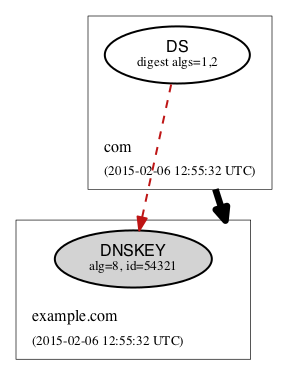
dnsviz/dnsviz keeps this Graphviz diagram as doc/images/ds-invalid.png. Above is the earlier version. Its source is kept beside it as doc/dot/ds-invalid.dot.
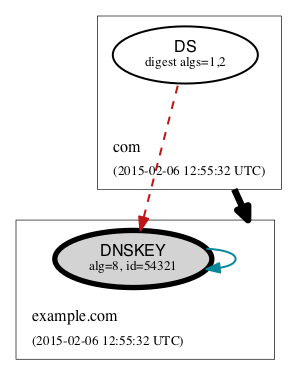
After the change.

Commit message:
Use an invalid DNSKEY in example

What changed in the source:
```diff
@@ -28,11 +28,15 @@
 			fillcolor="lightgray",
 			label=<<FONT POINT-SIZE="12" FACE="Helvetica">DNSKEY</FONT><BR/><FONT POINT-SIZE="10">alg=8, id=54321</FONT>>,
 			shape=ellipse,
-			style=filled];
+			style=filled,
+			penwidth=4.0];
 		"cluster_example.com_top" [shape=point, style=invis];
 		"cluster_example.com_bottom" [shape=point, style=invis];
   }
 	"cluster_com_bottom" -> "DS-1_2|example.com|8|54321|1_2" [style=invis];
+	"DNSKEY-0|example.com|8|54321" -> "DNSKEY-0|example.com|8|54321" [dir=back,
+		color="#0a879a",
+		style="solid"];
 	"DNSKEY-0|example.com|8|54321"-> "DS-1_2|example.com|8|54321|1_2" [style=dashed,
 		color="#be1515",
 		dir=back];
```
